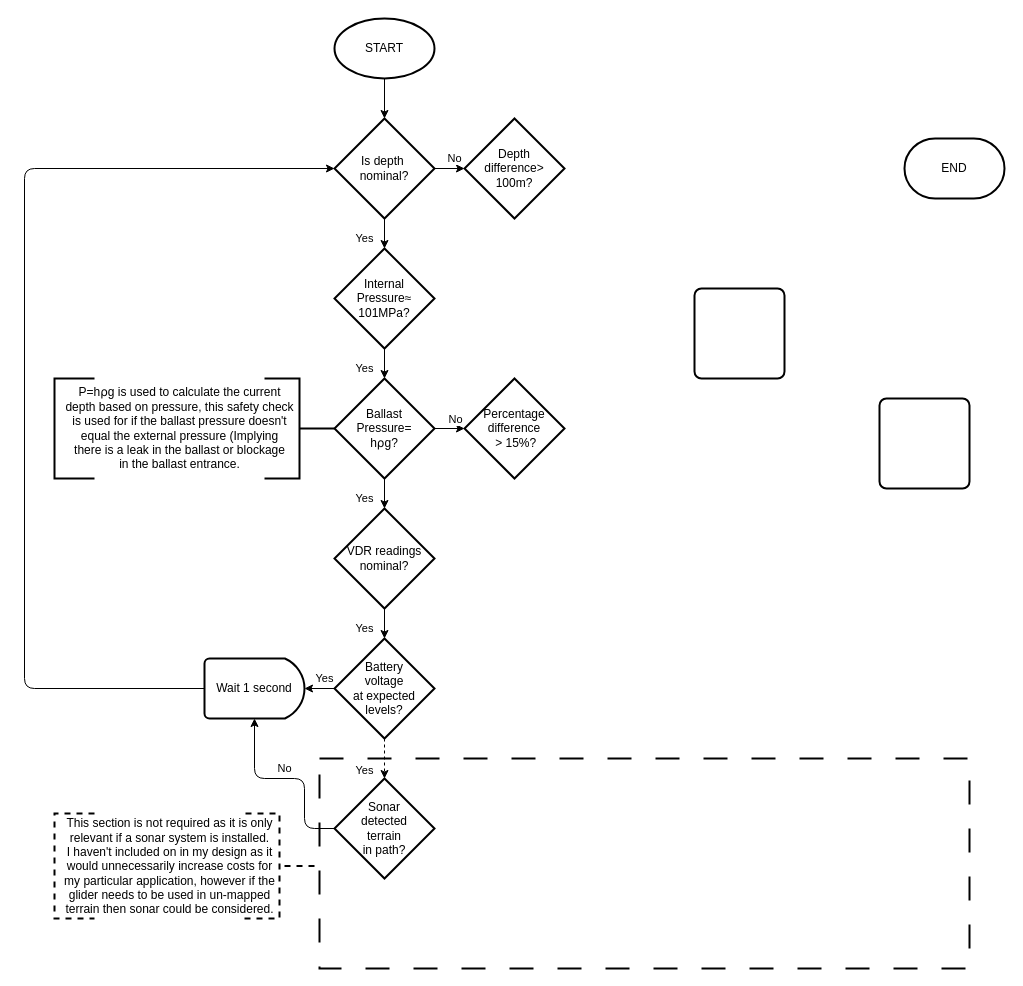
Above: Safety Checks.drawio in Schlubs/UnGlider-EPQ (draw.io), before the change. Source tidied: cells renumbered, new cells numbered last; positions are measured from the earlier drawing's top-left corner, leaving out a move shared by most shapes. Both pictures are drawn from the tidied source at 100%, with x=0, y=0 at pixel (24, 18).
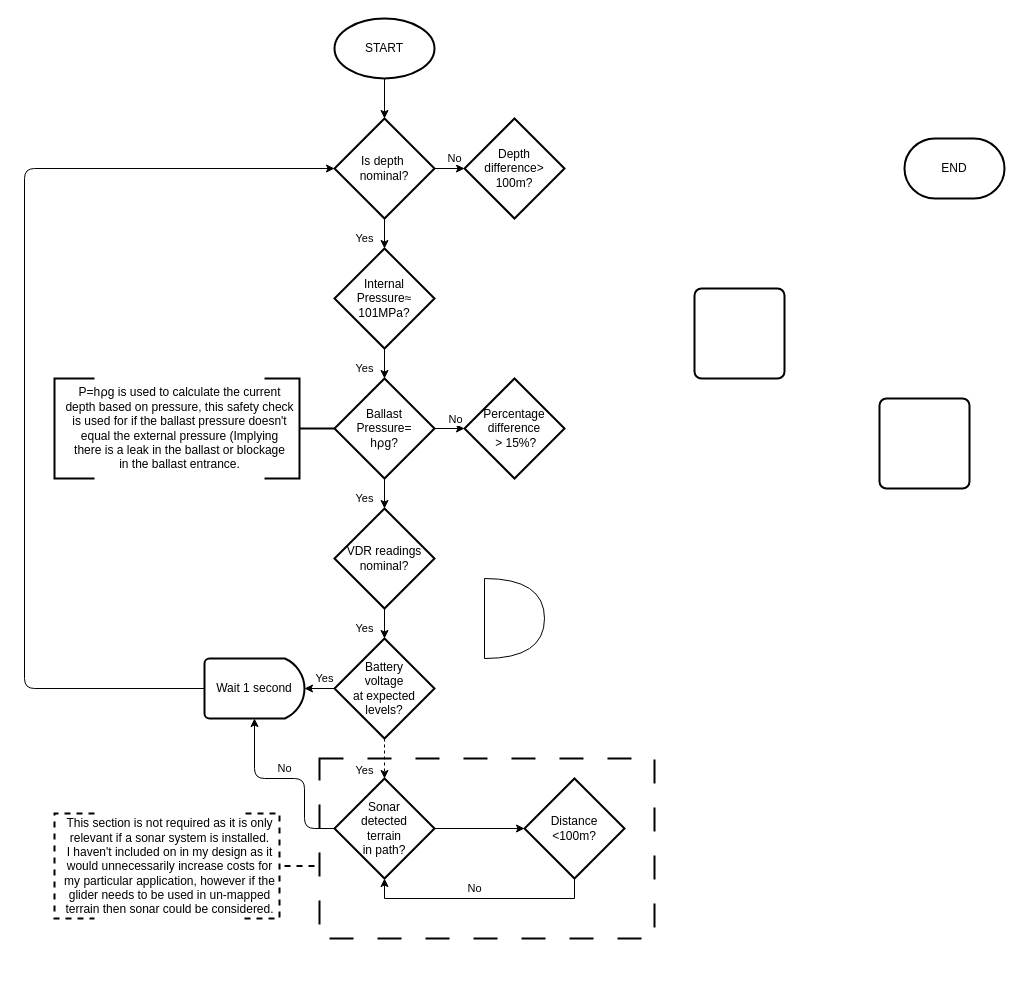
The same diagram, later.

Unchanged cells that the change refers to:
```xml
<mxCell id="26" value="Sonar &lt;br&gt;detected&lt;br&gt;terrain &lt;br&gt;in path?" style="strokeWidth=2;html=1;shape=mxgraph.flowchart.decision;whiteSpace=wrap;strokeOpacity=100;fillOpacity=100;labelBackgroundColor=none;" parent="1" vertex="1">
  <mxGeometry x="310" y="760" width="100" height="100" as="geometry" />
</mxCell>
```

What changed in the source:
```diff
@@
     <mxCell id="2" style="whiteSpace=wrap;html=1;fillOpacity=0;dashed=1;dashPattern=12 12;strokeWidth=2;" parent="1" vertex="1">
-      <mxGeometry x="295" y="740" width="650" height="210" as="geometry" />
+      <mxGeometry x="295" y="740" width="335" height="180" as="geometry" />
     </mxCell>
@@
+    <mxCell id="34" style="edgeStyle=orthogonalEdgeStyle;rounded=0;jettySize=auto;html=1;" parent="1" edge="1" source="26" target="35">
+      <mxGeometry relative="1" as="geometry" />
+    </mxCell>
@@
+    <mxCell id="35" value="Distance &lt;br&gt;&amp;lt;100m?" style="strokeWidth=2;html=1;shape=mxgraph.flowchart.decision;whiteSpace=wrap;strokeOpacity=100;fillOpacity=100;labelBackgroundColor=none;" parent="1" vertex="1">
+      <mxGeometry x="500" y="760" width="100" height="100" as="geometry" />
+    </mxCell>
+    <mxCell id="36" value="No" style="edgeStyle=orthogonalEdgeStyle;rounded=0;jettySize=auto;html=1;entryX=0.5;entryY=1;entryDx=0;entryDy=0;entryPerimeter=0;exitX=0.5;exitY=1;exitDx=0;exitDy=0;exitPerimeter=0;" parent="1" edge="1" source="35" target="26">
+      <mxGeometry x="0.04" y="-10" relative="1" as="geometry" />
+    </mxCell>
+    <mxCell id="37" style="shape=or;whiteSpace=wrap;html=1;" parent="1" vertex="1">
+      <mxGeometry x="460" y="560" width="60" height="80" as="geometry" />
+    </mxCell>
```
